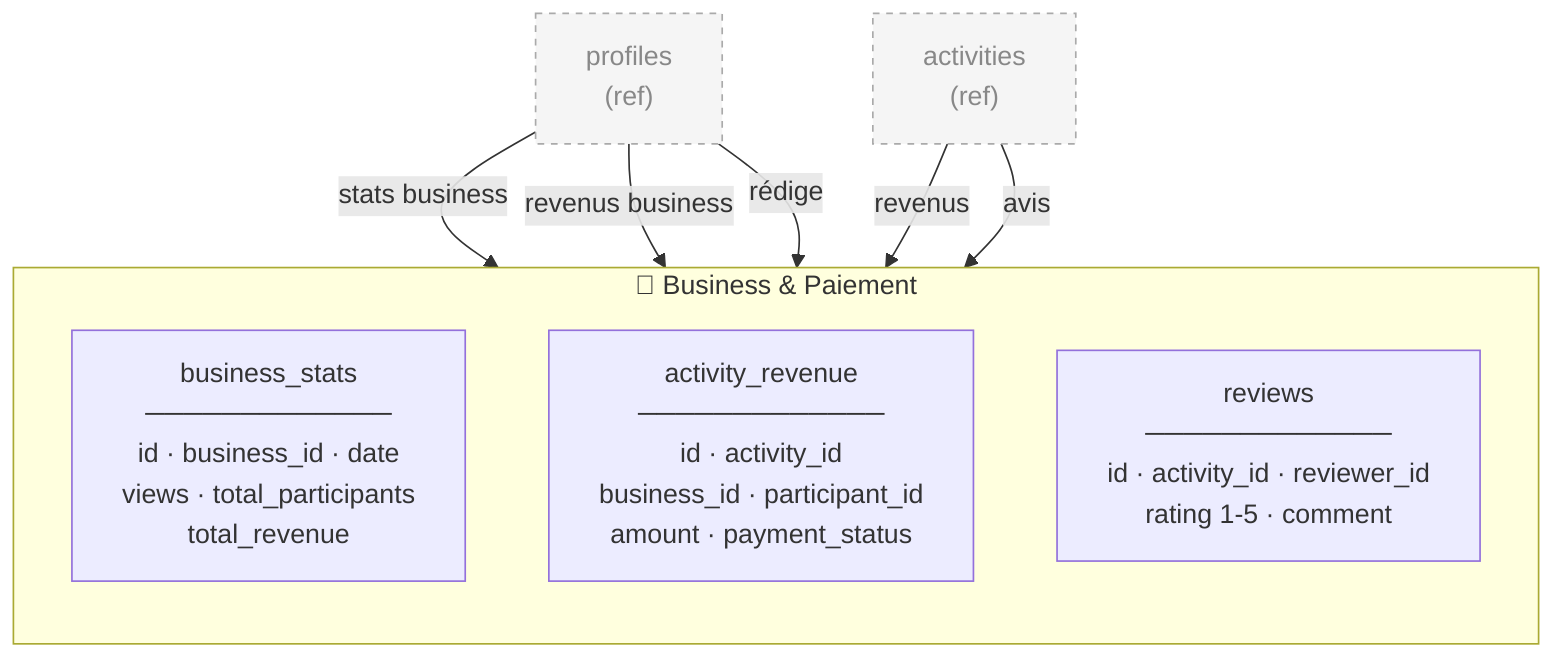
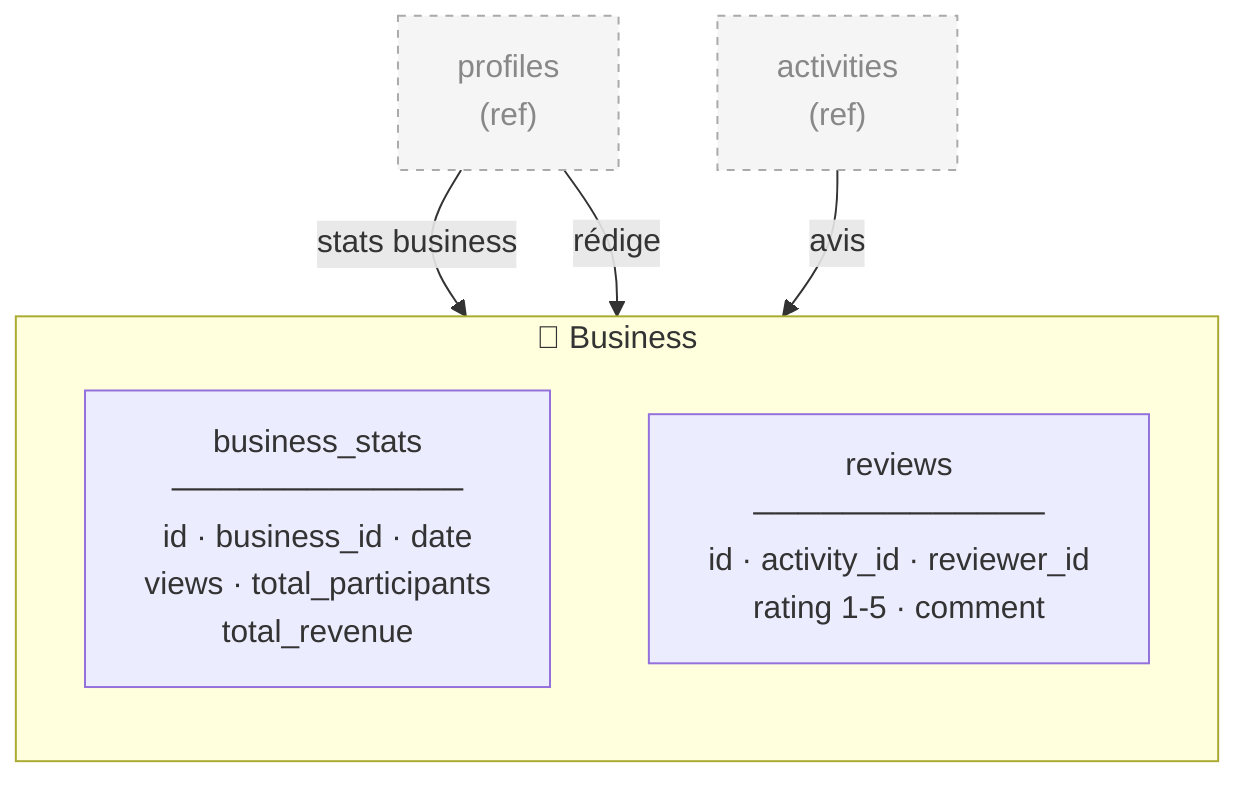
flowchart TD

-   subgraph BIZ["🏢 Business & Paiement"]
+   subgraph BIZ["🏢 Business"]
    direction TB
    BS["business_stats\n─────────────\nid · business_id · date\nviews · total_participants\ntotal_revenue"]
-     AR["activity_revenue\n─────────────\nid · activity_id\nbusiness_id · participant_id\namount · payment_status"]
    RV["reviews\n─────────────\nid · activity_id · reviewer_id\nrating 1-5 · comment"]
  end

  %% Refs externes
  P_REF["profiles\n(ref)"]:::ref
  A_REF["activities\n(ref)"]:::ref

  P_REF -->|"stats business"| BS
-   P_REF -->|"revenus business"| AR
  P_REF -->|"rédige"| RV
-   A_REF -->|"revenus"| AR
  A_REF -->|"avis"| RV

  classDef ref fill:#f5f5f5,stroke:#aaa,stroke-dasharray:4 4,color:#888
